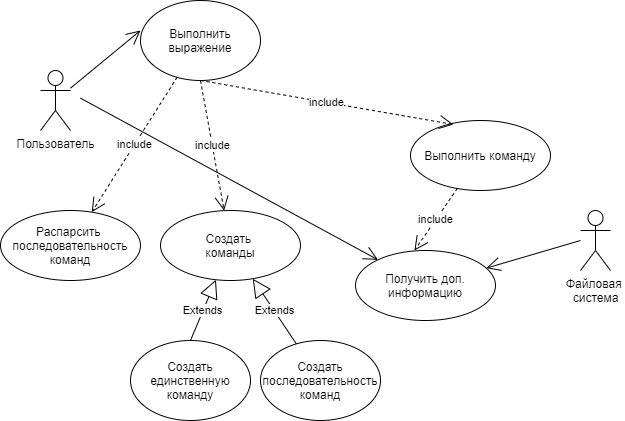
The draw.io diagram src/main/resources/UML/use_case_diagram.png in tretikoff/SoftwareDesign, before a commit. Source tidied: cells renumbered, new cells last; positions are measured from the earlier drawing's top-left corner, leaving out a move shared by most shapes. Source of this version:
```xml
<mxGraphModel>
  <root>
    <mxCell id="0" />
    <mxCell id="1" parent="0" />
    <mxCell id="2" value="Пользователь" style="shape=umlActor;verticalLabelPosition=bottom;verticalAlign=top;html=1;outlineConnect=0;" parent="1" vertex="1">
      <mxGeometry x="40" y="70" width="30" height="60" as="geometry" />
    </mxCell>
    <mxCell id="3" value="Выполнить выражение" style="ellipse;whiteSpace=wrap;html=1;" parent="1" vertex="1">
      <mxGeometry x="140" width="120" height="80" as="geometry" />
    </mxCell>
    <mxCell id="4" value="Создать&lt;br&gt;единственную&lt;br&gt;команду" style="ellipse;whiteSpace=wrap;html=1;" parent="1" vertex="1">
      <mxGeometry x="130" y="340" width="120" height="80" as="geometry" />
    </mxCell>
    <mxCell id="5" value="Создать&lt;br&gt;последовательность команд" style="ellipse;whiteSpace=wrap;html=1;" parent="1" vertex="1">
      <mxGeometry x="260" y="340" width="120" height="80" as="geometry" />
    </mxCell>
    <mxCell id="6" value="Extends" style="endArrow=block;endSize=16;endFill=0;html=1;exitX=0.5;exitY=0;exitDx=0;exitDy=0;" parent="1" edge="1" source="4" target="9">
      <mxGeometry relative="1" as="geometry" />
    </mxCell>
    <mxCell id="7" value="Extends" style="endArrow=block;endSize=16;endFill=0;html=1;" parent="1" edge="1" source="5" target="9">
      <mxGeometry relative="1" as="geometry" />
    </mxCell>
    <mxCell id="8" value="Распарсить &lt;br&gt;последовательность команд" style="ellipse;whiteSpace=wrap;html=1;" parent="1" vertex="1">
      <mxGeometry y="210" width="140" height="70" as="geometry" />
    </mxCell>
    <mxCell id="9" value="Создать &lt;br&gt;команды" style="ellipse;whiteSpace=wrap;html=1;" parent="1" vertex="1">
      <mxGeometry x="160" y="210" width="140" height="70" as="geometry" />
    </mxCell>
    <mxCell id="10" value="Выполнить команду" style="ellipse;whiteSpace=wrap;html=1;" parent="1" vertex="1">
      <mxGeometry x="410" y="120" width="140" height="70" as="geometry" />
    </mxCell>
    <mxCell id="11" value="include" style="endArrow=open;endSize=12;dashed=1;html=1;entryX=0.307;entryY=0.057;entryDx=0;entryDy=0;entryPerimeter=0;exitX=0.5;exitY=1;exitDx=0;exitDy=0;" parent="1" edge="1" source="3" target="10">
      <mxGeometry relative="1" as="geometry" />
    </mxCell>
    <mxCell id="12" style="endArrow=open;endFill=1;endSize=12;html=1;" parent="1" edge="1" source="2">
      <mxGeometry relative="1" as="geometry">
        <mxPoint x="140" y="30" as="targetPoint" />
      </mxGeometry>
    </mxCell>
    <mxCell id="13" style="endArrow=open;endFill=1;endSize=12;html=1;" parent="1" edge="1" target="14">
      <mxGeometry relative="1" as="geometry">
        <mxPoint x="80" y="97.6" as="sourcePoint" />
      </mxGeometry>
    </mxCell>
    <mxCell id="14" value="Получить доп. информацию" style="ellipse;whiteSpace=wrap;html=1;" parent="1" vertex="1">
      <mxGeometry x="355" y="250" width="140" height="70" as="geometry" />
    </mxCell>
    <mxCell id="15" value="Файловая &lt;br&gt;система" style="shape=umlActor;verticalLabelPosition=bottom;verticalAlign=top;html=1;" parent="1" vertex="1">
      <mxGeometry x="580" y="210" width="30" height="60" as="geometry" />
    </mxCell>
    <mxCell id="16" style="endArrow=open;endFill=1;endSize=12;html=1;" parent="1" edge="1" target="14">
      <mxGeometry relative="1" as="geometry">
        <mxPoint x="580" y="240" as="sourcePoint" />
      </mxGeometry>
    </mxCell>
    <mxCell id="17" value="include" style="endArrow=open;endSize=12;dashed=1;html=1;entryX=0.421;entryY=0;entryDx=0;entryDy=0;entryPerimeter=0;" parent="1" edge="1" source="10" target="14">
      <mxGeometry relative="1" as="geometry" />
    </mxCell>
    <mxCell id="18" value="include" style="endArrow=open;endSize=12;dashed=1;html=1;exitX=0.5;exitY=1;exitDx=0;exitDy=0;" parent="1" edge="1" source="3" target="9">
      <mxGeometry relative="1" as="geometry" />
    </mxCell>
    <mxCell id="19" value="include" style="endArrow=open;endSize=12;dashed=1;html=1;" parent="1" edge="1" source="3" target="8">
      <mxGeometry relative="1" as="geometry" />
    </mxCell>
  </root>
</mxGraphModel>
```
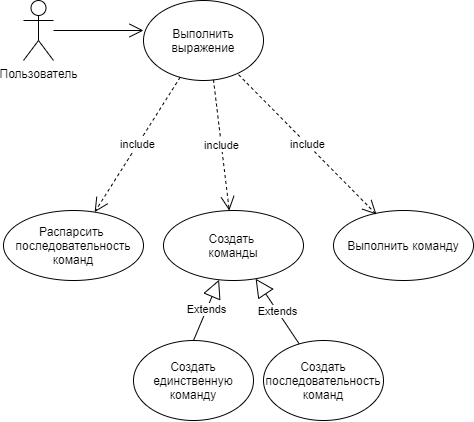
Later version of the same file.

What changed in the source:
```diff
@@ -3,7 +3,7 @@
     <mxCell id="0" />
     <mxCell id="1" parent="0" />
     <mxCell id="2" value="Пользователь" style="shape=umlActor;verticalLabelPosition=bottom;verticalAlign=top;html=1;outlineConnect=0;" parent="1" vertex="1">
-      <mxGeometry x="40" y="70" width="30" height="60" as="geometry" />
+      <mxGeometry x="20" width="30" height="60" as="geometry" />
     </mxCell>
     <mxCell id="3" value="Выполнить выражение" style="ellipse;whiteSpace=wrap;html=1;" parent="1" vertex="1">
       <mxGeometry x="140" width="120" height="80" as="geometry" />
@@ -27,9 +27,9 @@
       <mxGeometry x="160" y="210" width="140" height="70" as="geometry" />
     </mxCell>
     <mxCell id="10" value="Выполнить команду" style="ellipse;whiteSpace=wrap;html=1;" parent="1" vertex="1">
-      <mxGeometry x="410" y="120" width="140" height="70" as="geometry" />
+      <mxGeometry x="330" y="210" width="140" height="70" as="geometry" />
     </mxCell>
-    <mxCell id="11" value="include" style="endArrow=open;endSize=12;dashed=1;html=1;entryX=0.307;entryY=0.057;entryDx=0;entryDy=0;entryPerimeter=0;exitX=0.5;exitY=1;exitDx=0;exitDy=0;" parent="1" edge="1" source="3" target="10">
+    <mxCell id="11" value="include" style="endArrow=open;endSize=12;dashed=1;html=1;entryX=0.307;entryY=0.057;entryDx=0;entryDy=0;entryPerimeter=0;exitX=0.792;exitY=0.927;exitDx=0;exitDy=0;exitPerimeter=0;" parent="1" edge="1" source="3" target="10">
       <mxGeometry relative="1" as="geometry" />
     </mxCell>
     <mxCell id="12" style="endArrow=open;endFill=1;endSize=12;html=1;" parent="1" edge="1" source="2">
@@ -37,26 +37,7 @@
         <mxPoint x="140" y="30" as="targetPoint" />
       </mxGeometry>
     </mxCell>
-    <mxCell id="13" style="endArrow=open;endFill=1;endSize=12;html=1;" parent="1" edge="1" target="14">
-      <mxGeometry relative="1" as="geometry">
-        <mxPoint x="80" y="97.6" as="sourcePoint" />
-      </mxGeometry>
-    </mxCell>
-    <mxCell id="14" value="Получить доп. информацию" style="ellipse;whiteSpace=wrap;html=1;" parent="1" vertex="1">
-      <mxGeometry x="355" y="250" width="140" height="70" as="geometry" />
-    </mxCell>
-    <mxCell id="15" value="Файловая &lt;br&gt;система" style="shape=umlActor;verticalLabelPosition=bottom;verticalAlign=top;html=1;" parent="1" vertex="1">
-      <mxGeometry x="580" y="210" width="30" height="60" as="geometry" />
-    </mxCell>
-    <mxCell id="16" style="endArrow=open;endFill=1;endSize=12;html=1;" parent="1" edge="1" target="14">
-      <mxGeometry relative="1" as="geometry">
-        <mxPoint x="580" y="240" as="sourcePoint" />
-      </mxGeometry>
-    </mxCell>
-    <mxCell id="17" value="include" style="endArrow=open;endSize=12;dashed=1;html=1;entryX=0.421;entryY=0;entryDx=0;entryDy=0;entryPerimeter=0;" parent="1" edge="1" source="10" target="14">
-      <mxGeometry relative="1" as="geometry" />
-    </mxCell>
-    <mxCell id="18" value="include" style="endArrow=open;endSize=12;dashed=1;html=1;exitX=0.5;exitY=1;exitDx=0;exitDy=0;" parent="1" edge="1" source="3" target="9">
+    <mxCell id="18" value="include" style="endArrow=open;endSize=12;dashed=1;html=1;exitX=0.583;exitY=0.99;exitDx=0;exitDy=0;exitPerimeter=0;" parent="1" edge="1" source="3" target="9">
       <mxGeometry relative="1" as="geometry" />
     </mxCell>
     <mxCell id="19" value="include" style="endArrow=open;endSize=12;dashed=1;html=1;" parent="1" edge="1" source="3" target="8">
```
